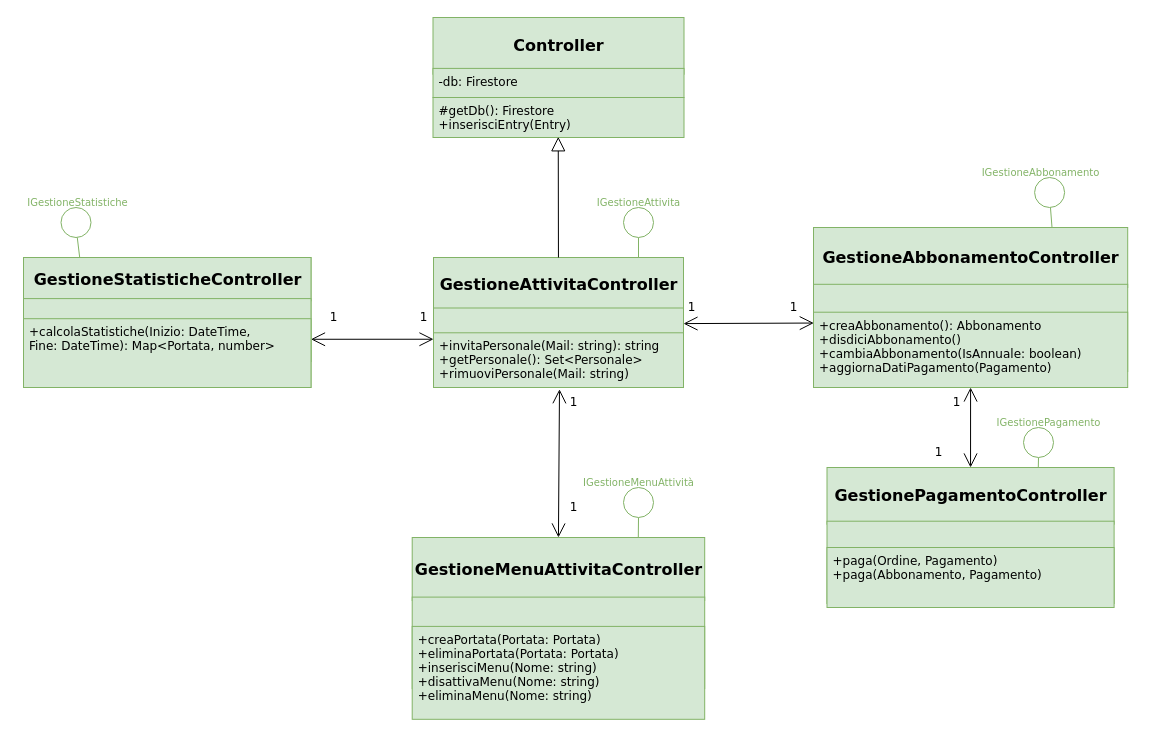
This is page "attivita" (2 of 5) of progettazione/dettaglio/dettaglioController.drawio from Marco-Burattoni/Progetto-ids, a draw.io file, before an edit. Source tidied: cells renumbered, new cells numbered last; positions are measured from the earlier drawing's top-left corner, leaving out a move shared by most shapes. Both pictures are drawn from the tidied source at 100%, with x=0, y=0 at pixel (17, 17).
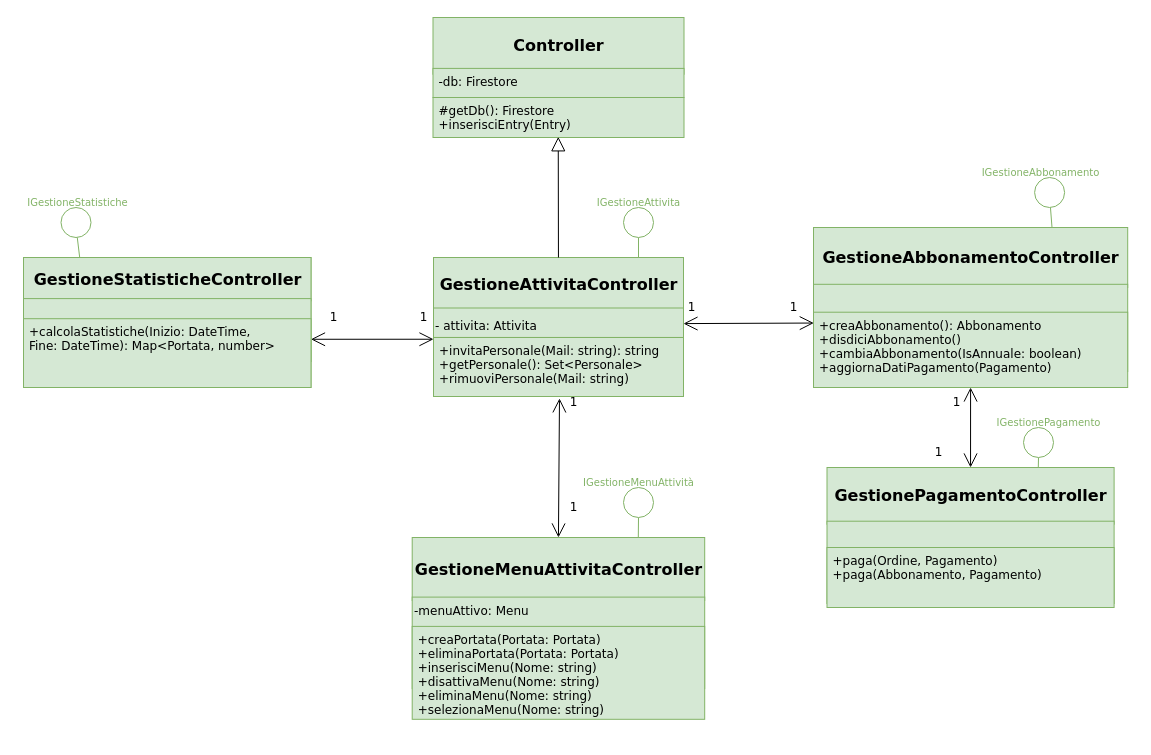
After the change.

Commit message (it also covers changes not shown here):
aggiornamento dettaglio controller e codice controller

The change refers to these unchanged cells:
```xml
<mxCell id="2" style="group;fontFamily=Verdana;" parent="1" vertex="1">
  <mxGeometry x="416" y="240" width="250" height="160" as="geometry" />
</mxCell>
<mxCell id="54" style="group;fontFamily=Verdana;" parent="1" vertex="1">
  <mxGeometry x="394.7" y="520" width="292.5" height="200" as="geometry" />
</mxCell>
```

Diff of the diagram source:
```diff
@@
-    <mxCell id="4" style="html=1;fontSize=16;fillColor=#d5e8d4;strokeColor=#82b366;fontFamily=Verdana;" parent="2" vertex="1">
+    <mxCell id="4" value="&lt;font style=&quot;font-size: 12px;&quot;&gt;- attivita: Attivita&lt;/font&gt;" style="html=1;fontSize=16;fillColor=#d5e8d4;strokeColor=#82b366;fontFamily=Verdana;align=left;verticalAlign=top;" parent="2" vertex="1">
       <mxGeometry y="50.5" width="250" height="62.4" as="geometry" />
     </mxCell>
@@
     <mxCell id="6" value="+invitaPersonale(Mail: string): string&#10;+getPersonale(): Set&lt;Personale&gt;&#10;+rimuoviPersonale(Mail: string)" style="text;strokeColor=#82b366;fillColor=#d5e8d4;align=left;verticalAlign=top;spacingLeft=4;spacingRight=4;overflow=hidden;points=[[0,0.5],[1,0.5]];portConstraint=eastwest;fontSize=12;fontFamily=Verdana;" parent="2" vertex="1">
-      <mxGeometry y="75.3" width="250" height="54.7" as="geometry" />
+      <mxGeometry y="80" width="250" height="59" as="geometry" />
     </mxCell>
@@
-    <mxCell id="56" style="html=1;fontSize=16;fillColor=#d5e8d4;strokeColor=#82b366;fontFamily=Verdana;" parent="54" vertex="1">
+    <mxCell id="56" value="-menuAttivo: Menu" style="html=1;fontSize=12;fillColor=#d5e8d4;strokeColor=#82b366;fontFamily=Verdana;align=left;verticalAlign=top;" parent="54" vertex="1">
       <mxGeometry y="59.6" width="292.5" height="91.5" as="geometry" />
     </mxCell>
@@
-    <mxCell id="58" value="+creaPortata(Portata: Portata)&#10;+eliminaPortata(Portata: Portata)&#10;+inserisciMenu(Nome: string)&#10;+disattivaMenu(Nome: string)&#10;+eliminaMenu(Nome: string)" style="text;strokeColor=#82b366;fillColor=#d5e8d4;align=left;verticalAlign=top;spacingLeft=4;spacingRight=4;overflow=hidden;fontSize=12;fontFamily=Verdana;" parent="54" vertex="1">
+    <mxCell id="58" value="+creaPortata(Portata: Portata)&#10;+eliminaPortata(Portata: Portata)&#10;+inserisciMenu(Nome: string)&#10;+disattivaMenu(Nome: string)&#10;+eliminaMenu(Nome: string)&#10;+selezionaMenu(Nome: string)" style="text;strokeColor=#82b366;fillColor=#d5e8d4;align=left;verticalAlign=top;spacingLeft=4;spacingRight=4;overflow=hidden;fontSize=12;fontFamily=Verdana;" parent="54" vertex="1">
       <mxGeometry y="88.9" width="292.5" height="92.9" as="geometry" />
     </mxCell>
```
